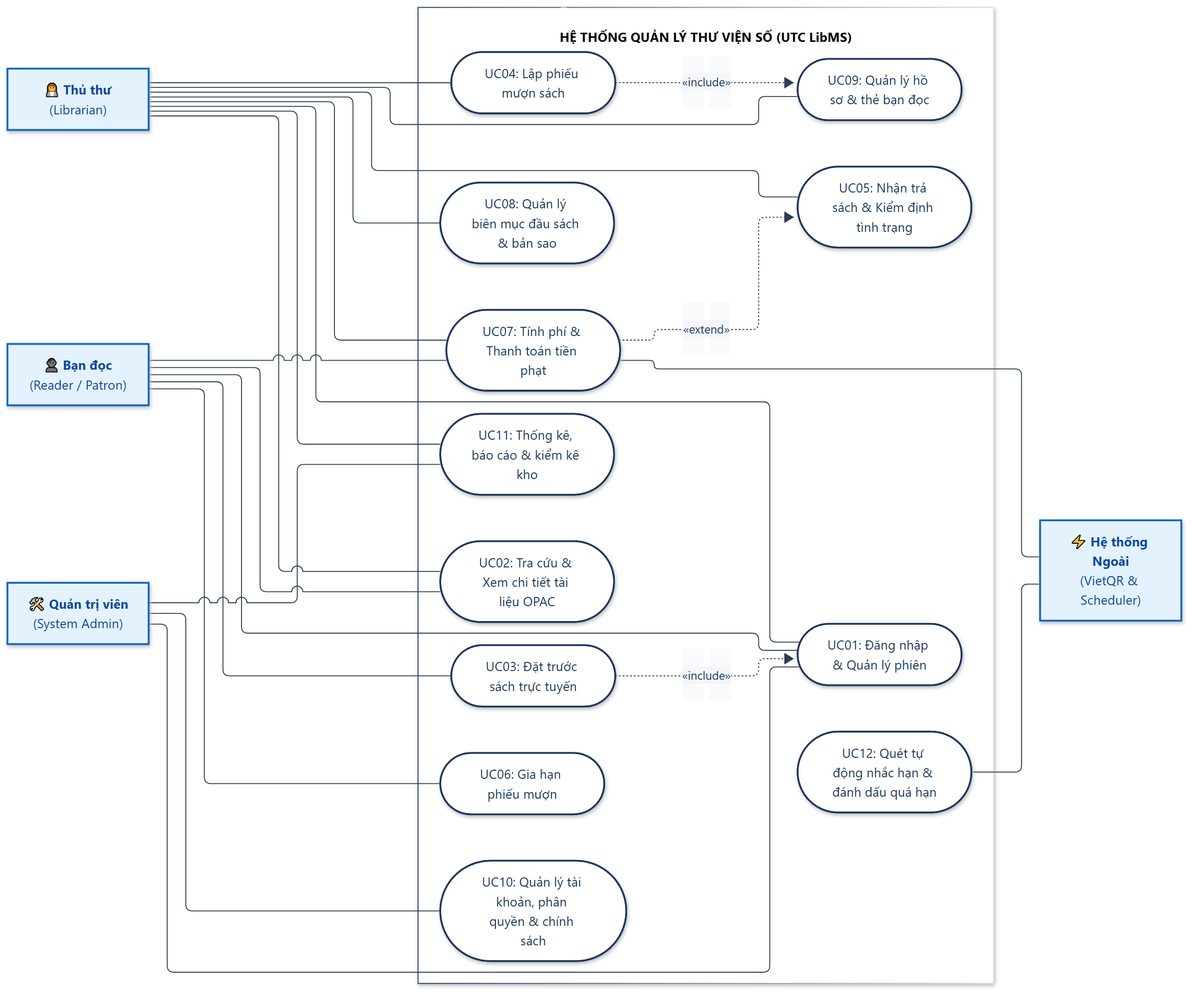
Earlier version of the Mermaid export resource/image/03_usecase_overview.png (minhducctchv/utc-oop). Its source is kept beside it as resource/mermaid-code/03_usecase_overview.mmd. Source of this version:
```mermaid
flowchart LR
    Reader["👤 <b>Bạn đọc</b><br/>(Reader / Patron)"]
    Librarian["👩‍💼 <b>Thủ thư</b><br/>(Librarian)"]
    Admin["🛠️ <b>Quản trị viên</b><br/>(System Admin)"]
    ExtSys["⚡ <b>Hệ thống Ngoài</b><br/>(VietQR & Scheduler)"]

    subgraph Boundary["HỆ THỐNG QUẢN LÝ THƯ VIỆN SỐ (UTC LibMS)"]
        direction TB
        UC01(["UC01: Đăng nhập & Quản lý phiên"])
        UC02(["UC02: Tra cứu & Xem chi tiết tài liệu OPAC"])
        UC03(["UC03: Đặt trước sách trực tuyến"])
        UC04(["UC04: Lập phiếu mượn sách"])
        UC05(["UC05: Nhận trả sách & Kiểm định tình trạng"])
        UC06(["UC06: Gia hạn phiếu mượn"])
        UC07(["UC07: Tính phí & Thanh toán tiền phạt"])
        UC08(["UC08: Quản lý biên mục đầu sách & bản sao"])
        UC09(["UC09: Quản lý hồ sơ & thẻ bạn đọc"])
        UC10(["UC10: Quản lý tài khoản, phân quyền & chính sách"])
        UC11(["UC11: Thống kê, báo cáo & kiểm kê kho"])
        UC12(["UC12: Quét tự động nhắc hạn & đánh dấu quá hạn"])
    end

    Reader --- UC01
    Reader --- UC02
    Reader --- UC03
    Reader --- UC06
    Reader --- UC07

    Librarian --- UC01
    Librarian --- UC02
    Librarian --- UC04
    Librarian --- UC05
    Librarian --- UC07
    Librarian --- UC08
    Librarian --- UC09
    Librarian --- UC11

    Admin --- UC01
    Admin --- UC10
    Admin --- UC11

    UC07 --- ExtSys
    UC12 --- ExtSys

    UC03 -. "«include»" .-> UC01
    UC04 -. "«include»" .-> UC09
    UC07 -. "«extend»" .-> UC05

    classDef actor fill:#E3F2FD,stroke:#1565C0,stroke-width:2px,color:#0D47A1
    classDef uc fill:#FFFFFF,stroke:#1B365D,stroke-width:1.8px,color:#1B365D
    class Reader,Librarian,Admin,ExtSys actor
    class UC01,UC02,UC03,UC04,UC05,UC06,UC07,UC08,UC09,UC10,UC11,UC12 uc
```
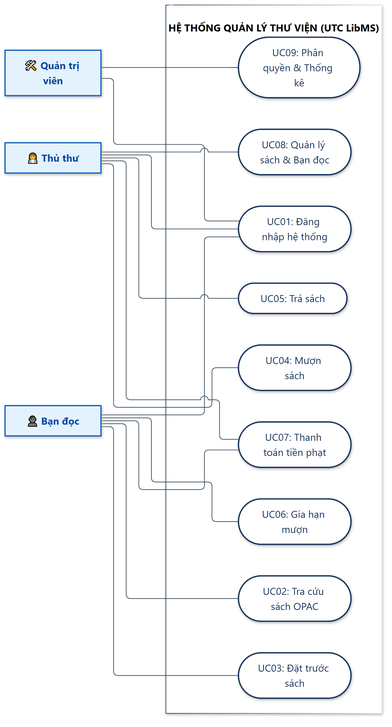
Later version of the same file.

The edit, as a diff of the source:
```diff
@@ -1,52 +1,25 @@
 flowchart LR
-    Reader["👤 <b>Bạn đọc</b><br/>(Reader / Patron)"]
-    Librarian["👩‍💼 <b>Thủ thư</b><br/>(Librarian)"]
-    Admin["🛠️ <b>Quản trị viên</b><br/>(System Admin)"]
-    ExtSys["⚡ <b>Hệ thống Ngoài</b><br/>(VietQR & Scheduler)"]
+    Reader["👤 <b>Bạn đọc</b>"]
+    Librarian["👩‍💼 <b>Thủ thư</b>"]
+    Admin["🛠️ <b>Quản trị viên</b>"]
 
-    subgraph Boundary["HỆ THỐNG QUẢN LÝ THƯ VIỆN SỐ (UTC LibMS)"]
-        direction TB
-        UC01(["UC01: Đăng nhập & Quản lý phiên"])
-        UC02(["UC02: Tra cứu & Xem chi tiết tài liệu OPAC"])
-        UC03(["UC03: Đặt trước sách trực tuyến"])
-        UC04(["UC04: Lập phiếu mượn sách"])
-        UC05(["UC05: Nhận trả sách & Kiểm định tình trạng"])
-        UC06(["UC06: Gia hạn phiếu mượn"])
-        UC07(["UC07: Tính phí & Thanh toán tiền phạt"])
-        UC08(["UC08: Quản lý biên mục đầu sách & bản sao"])
-        UC09(["UC09: Quản lý hồ sơ & thẻ bạn đọc"])
-        UC10(["UC10: Quản lý tài khoản, phân quyền & chính sách"])
-        UC11(["UC11: Thống kê, báo cáo & kiểm kê kho"])
-        UC12(["UC12: Quét tự động nhắc hạn & đánh dấu quá hạn"])
+    subgraph System["HỆ THỐNG QUẢN LÝ THƯ VIỆN (UTC LibMS)"]
+        UC1(["UC01: Đăng nhập hệ thống"])
+        UC2(["UC02: Tra cứu sách OPAC"])
+        UC3(["UC03: Đặt trước sách"])
+        UC4(["UC04: Mượn sách"])
+        UC5(["UC05: Trả sách"])
+        UC6(["UC06: Gia hạn mượn"])
+        UC7(["UC07: Thanh toán tiền phạt"])
+        UC8(["UC08: Quản lý sách & Bạn đọc"])
+        UC9(["UC09: Phân quyền & Thống kê"])
     end
 
-    Reader --- UC01
-    Reader --- UC02
-    Reader --- UC03
-    Reader --- UC06
-    Reader --- UC07
-
-    Librarian --- UC01
-    Librarian --- UC02
-    Librarian --- UC04
-    Librarian --- UC05
-    Librarian --- UC07
-    Librarian --- UC08
-    Librarian --- UC09
-    Librarian --- UC11
-
-    Admin --- UC01
-    Admin --- UC10
-    Admin --- UC11
-
-    UC07 --- ExtSys
-    UC12 --- ExtSys
-
-    UC03 -. "«include»" .-> UC01
-    UC04 -. "«include»" .-> UC09
-    UC07 -. "«extend»" .-> UC05
+    Reader --- UC1 & UC2 & UC3 & UC6 & UC7
+    Librarian --- UC1 & UC4 & UC5 & UC7 & UC8
+    Admin --- UC1 & UC9
 
     classDef actor fill:#E3F2FD,stroke:#1565C0,stroke-width:2px,color:#0D47A1
-    classDef uc fill:#FFFFFF,stroke:#1B365D,stroke-width:1.8px,color:#1B365D
-    class Reader,Librarian,Admin,ExtSys actor
-    class UC01,UC02,UC03,UC04,UC05,UC06,UC07,UC08,UC09,UC10,UC11,UC12 uc
+    classDef uc fill:#FFFFFF,stroke:#1B365D,stroke-width:2px,color:#1B365D
+    class Reader,Librarian,Admin actor
+    class UC1,UC2,UC3,UC4,UC5,UC6,UC7,UC8,UC9 uc
```
